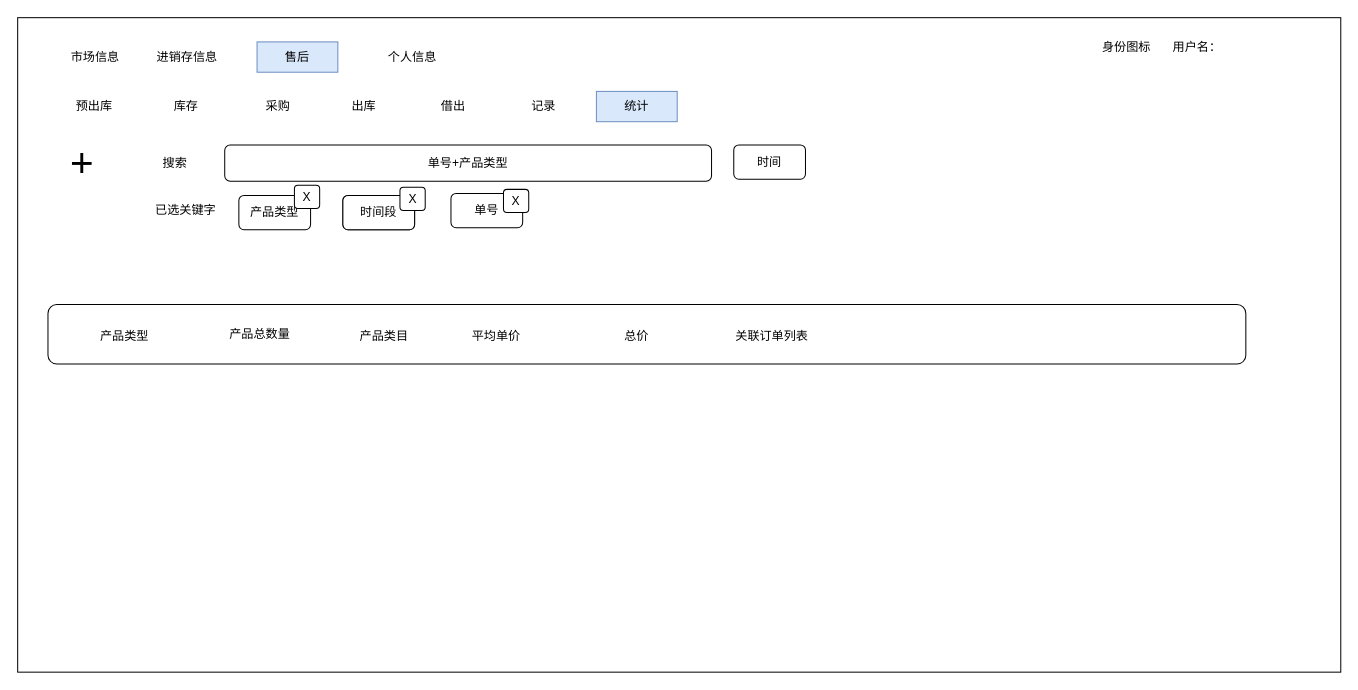
This is page "安装" (1 of 7) of 泰加售后.drawio from cangwang/news, a draw.io file, before an edit. Source tidied: cells renumbered, new cells numbered last; positions are measured from the earlier drawing's top-left corner, leaving out a move shared by most shapes. Both pictures are drawn from the tidied source at 101%, with x=0, y=0 at pixel (17, 17).
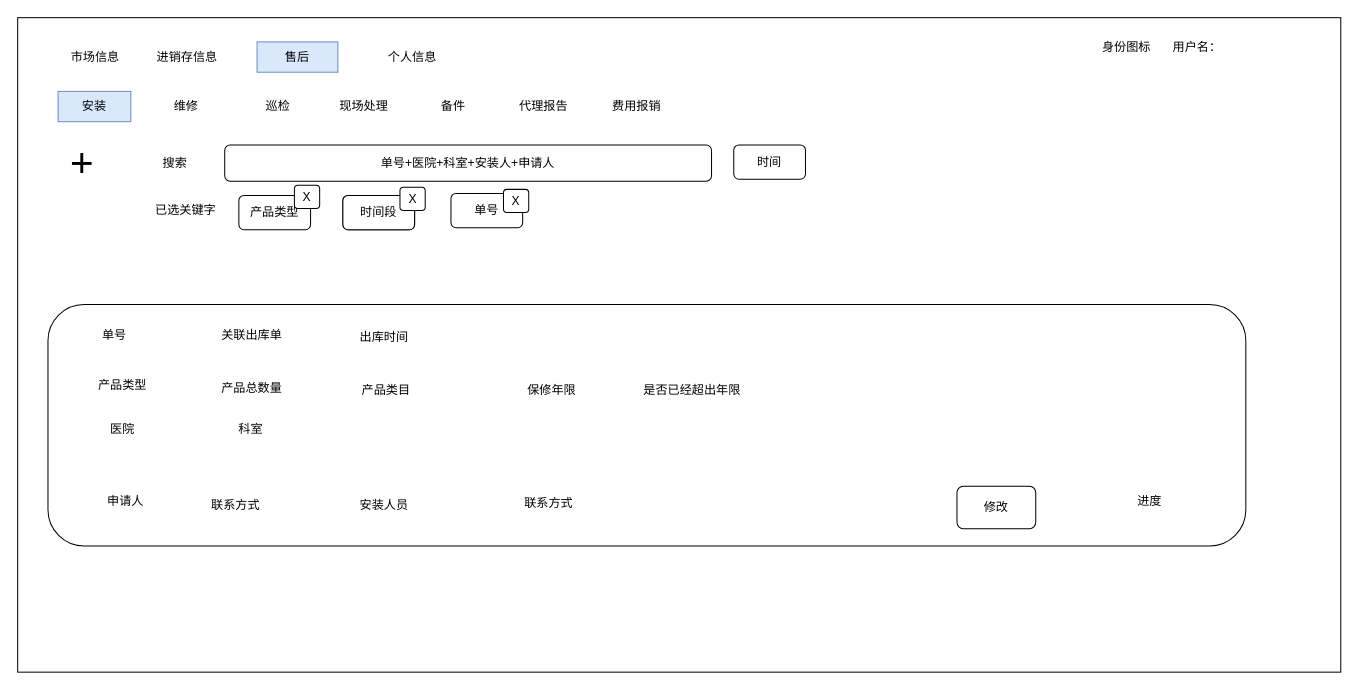
Above is the later version.

The edit, as a diff of the source:
```diff
@@
-    <mxCell id="4" value="预出库" style="text;html=1;align=center;verticalAlign=middle;whiteSpace=wrap;rounded=0;" parent="1" vertex="1">
+    <mxCell id="4" value="安装" style="text;html=1;align=center;verticalAlign=middle;whiteSpace=wrap;rounded=0;fillColor=#dae8fc;strokeColor=#6c8ebf;" parent="1" vertex="1">
       <mxGeometry x="40" y="73" width="72" height="30" as="geometry" />
     </mxCell>
-    <mxCell id="5" value="采购" style="text;html=1;align=center;verticalAlign=middle;whiteSpace=wrap;rounded=0;" parent="1" vertex="1">
+    <mxCell id="5" value="巡检" style="text;html=1;align=center;verticalAlign=middle;whiteSpace=wrap;rounded=0;" parent="1" vertex="1">
       <mxGeometry x="222" y="73" width="72" height="30" as="geometry" />
     </mxCell>
-    <mxCell id="6" value="出库" style="text;html=1;align=center;verticalAlign=middle;whiteSpace=wrap;rounded=0;" parent="1" vertex="1">
+    <mxCell id="6" value="现场处理" style="text;html=1;align=center;verticalAlign=middle;whiteSpace=wrap;rounded=0;" parent="1" vertex="1">
       <mxGeometry x="306.5" y="73" width="72" height="30" as="geometry" />
     </mxCell>
@@
-    <mxCell id="9" value="单号+产品类型" style="rounded=1;whiteSpace=wrap;html=1;fontSize=12;" parent="1" vertex="1">
+    <mxCell id="9" value="单号+医院+科室+安装人+申请人" style="rounded=1;whiteSpace=wrap;html=1;fontSize=12;" parent="1" vertex="1">
       <mxGeometry x="205" y="126" width="482" height="36" as="geometry" />
     </mxCell>
@@
-    <mxCell id="13" value="借出" style="text;html=1;strokeColor=none;fillColor=none;align=center;verticalAlign=middle;whiteSpace=wrap;rounded=0;" parent="1" vertex="1">
+    <mxCell id="13" value="备件" style="text;html=1;strokeColor=none;fillColor=none;align=center;verticalAlign=middle;whiteSpace=wrap;rounded=0;" parent="1" vertex="1">
       <mxGeometry x="398" y="73" width="67" height="30" as="geometry" />
     </mxCell>
@@
-    <mxCell id="16" value="库存" style="text;html=1;strokeColor=none;fillColor=none;align=center;verticalAlign=middle;whiteSpace=wrap;rounded=0;" parent="1" vertex="1">
+    <mxCell id="16" value="维修" style="text;html=1;strokeColor=none;fillColor=none;align=center;verticalAlign=middle;whiteSpace=wrap;rounded=0;" parent="1" vertex="1">
       <mxGeometry x="130.5" y="73" width="72" height="30" as="geometry" />
     </mxCell>
     <mxCell id="17" style="rounded=1;whiteSpace=wrap;html=1;fontSize=12;" parent="1" vertex="1">
-      <mxGeometry x="30" y="284" width="1186" height="59" as="geometry" />
+      <mxGeometry x="30" y="284" width="1186" height="239" as="geometry" />
     </mxCell>
     <mxCell id="18" value="产品类型" style="text;html=1;strokeColor=none;fillColor=none;align=center;verticalAlign=middle;whiteSpace=wrap;rounded=0;fontSize=12;" parent="1" vertex="1">
-      <mxGeometry x="76" y="301" width="60" height="30" as="geometry" />
+      <mxGeometry x="74" y="349" width="60" height="30" as="geometry" />
     </mxCell>
     <mxCell id="19" value="产品总数量" style="text;html=1;strokeColor=none;fillColor=none;align=center;verticalAlign=middle;whiteSpace=wrap;rounded=0;fontSize=12;" parent="1" vertex="1">
-      <mxGeometry x="194" y="298.5" width="92" height="30" as="geometry" />
+      <mxGeometry x="186" y="352" width="92" height="30" as="geometry" />
     </mxCell>
@@
-    <mxCell id="27" value="平均单价" style="text;html=1;strokeColor=none;fillColor=none;align=center;verticalAlign=middle;whiteSpace=wrap;rounded=0;fontSize=12;" parent="1" vertex="1">
-      <mxGeometry x="444" y="301" width="60" height="30" as="geometry" />
-    </mxCell>
-    <mxCell id="28" value="总价" style="text;html=1;strokeColor=none;fillColor=none;align=center;verticalAlign=middle;whiteSpace=wrap;rounded=0;fontSize=12;" parent="1" vertex="1">
-      <mxGeometry x="583" y="301" width="60" height="30" as="geometry" />
-    </mxCell>
@@
-    <mxCell id="31" value="记录" style="text;html=1;align=center;verticalAlign=middle;whiteSpace=wrap;rounded=0;" parent="1" vertex="1">
-      <mxGeometry x="481" y="73" width="80" height="30" as="geometry" />
-    </mxCell>
-    <mxCell id="32" value="统计" style="text;html=1;strokeColor=#6c8ebf;fillColor=#dae8fc;align=center;verticalAlign=middle;whiteSpace=wrap;rounded=0;" parent="1" vertex="1">
-      <mxGeometry x="573" y="73" width="80" height="30" as="geometry" />
-    </mxCell>
     <mxCell id="33" value="产品类目" style="text;html=1;strokeColor=none;fillColor=none;align=center;verticalAlign=middle;whiteSpace=wrap;rounded=0;fontSize=12;" parent="1" vertex="1">
-      <mxGeometry x="317" y="301" width="92" height="30" as="geometry" />
+      <mxGeometry x="319" y="354" width="92" height="30" as="geometry" />
     </mxCell>
-    <mxCell id="34" value="关联订单列表" style="text;html=1;strokeColor=none;fillColor=none;align=center;verticalAlign=middle;whiteSpace=wrap;rounded=0;fontSize=12;" parent="1" vertex="1">
-      <mxGeometry x="701" y="301" width="92" height="30" as="geometry" />
+    <mxCell id="34" value="关联出库单" style="text;html=1;strokeColor=none;fillColor=none;align=center;verticalAlign=middle;whiteSpace=wrap;rounded=0;fontSize=12;" parent="1" vertex="1">
+      <mxGeometry x="186" y="300" width="92" height="30" as="geometry" />
     </mxCell>
+    <mxCell id="35" value="单号" style="text;html=1;strokeColor=none;fillColor=none;align=center;verticalAlign=middle;whiteSpace=wrap;rounded=0;fontSize=12;" parent="1" vertex="1">
+      <mxGeometry x="66" y="300" width="60" height="30" as="geometry" />
+    </mxCell>
+    <mxCell id="36" value="医院" style="text;html=1;strokeColor=none;fillColor=none;align=center;verticalAlign=middle;whiteSpace=wrap;rounded=0;fontSize=12;" parent="1" vertex="1">
+      <mxGeometry x="74" y="393" width="60" height="30" as="geometry" />
+    </mxCell>
+    <mxCell id="37" value="科室" style="text;html=1;strokeColor=none;fillColor=none;align=center;verticalAlign=middle;whiteSpace=wrap;rounded=0;fontSize=12;" parent="1" vertex="1">
+      <mxGeometry x="201" y="393" width="60" height="30" as="geometry" />
+    </mxCell>
+    <mxCell id="38" value="保修年限" style="text;html=1;strokeColor=none;fillColor=none;align=center;verticalAlign=middle;whiteSpace=wrap;rounded=0;fontSize=12;" parent="1" vertex="1">
+      <mxGeometry x="483" y="354" width="92" height="30" as="geometry" />
+    </mxCell>
+    <mxCell id="39" value="是否已经超出年限" style="text;html=1;strokeColor=none;fillColor=none;align=center;verticalAlign=middle;whiteSpace=wrap;rounded=0;fontSize=12;" parent="1" vertex="1">
+      <mxGeometry x="609" y="354" width="118" height="30" as="geometry" />
+    </mxCell>
+    <mxCell id="40" value="申请人" style="text;html=1;strokeColor=none;fillColor=none;align=center;verticalAlign=middle;whiteSpace=wrap;rounded=0;fontSize=12;" parent="1" vertex="1">
+      <mxGeometry x="77" y="464" width="60" height="30" as="geometry" />
+    </mxCell>
+    <mxCell id="41" value="联系方式" style="text;html=1;strokeColor=none;fillColor=none;align=center;verticalAlign=middle;whiteSpace=wrap;rounded=0;fontSize=12;" parent="1" vertex="1">
+      <mxGeometry x="186" y="468" width="60" height="30" as="geometry" />
+    </mxCell>
+    <mxCell id="42" value="安装人员" style="text;html=1;strokeColor=none;fillColor=none;align=center;verticalAlign=middle;whiteSpace=wrap;rounded=0;fontSize=12;" parent="1" vertex="1">
+      <mxGeometry x="333" y="468" width="60" height="30" as="geometry" />
+    </mxCell>
+    <mxCell id="43" value="进度" style="text;html=1;strokeColor=none;fillColor=none;align=center;verticalAlign=middle;whiteSpace=wrap;rounded=0;fontSize=12;" parent="1" vertex="1">
+      <mxGeometry x="1091" y="464" width="60" height="30" as="geometry" />
+    </mxCell>
+    <mxCell id="44" value="联系方式" style="text;html=1;strokeColor=none;fillColor=none;align=center;verticalAlign=middle;whiteSpace=wrap;rounded=0;fontSize=12;" parent="1" vertex="1">
+      <mxGeometry x="496" y="466" width="60" height="30" as="geometry" />
+    </mxCell>
+    <mxCell id="45" value="修改" style="rounded=1;whiteSpace=wrap;html=1;" parent="1" vertex="1">
+      <mxGeometry x="930" y="464" width="78" height="42" as="geometry" />
+    </mxCell>
+    <mxCell id="46" value="出库时间" style="text;html=1;strokeColor=none;fillColor=none;align=center;verticalAlign=middle;whiteSpace=wrap;rounded=0;fontSize=12;" parent="1" vertex="1">
+      <mxGeometry x="317" y="302" width="92" height="30" as="geometry" />
+    </mxCell>
+    <mxCell id="47" value="代理报告" style="text;html=1;align=center;verticalAlign=middle;whiteSpace=wrap;rounded=0;" parent="1" vertex="1">
+      <mxGeometry x="481" y="73" width="80" height="30" as="geometry" />
+    </mxCell>
+    <mxCell id="48" value="费用报销" style="text;html=1;align=center;verticalAlign=middle;whiteSpace=wrap;rounded=0;" parent="1" vertex="1">
+      <mxGeometry x="573" y="73" width="80" height="30" as="geometry" />
+    </mxCell>
```
